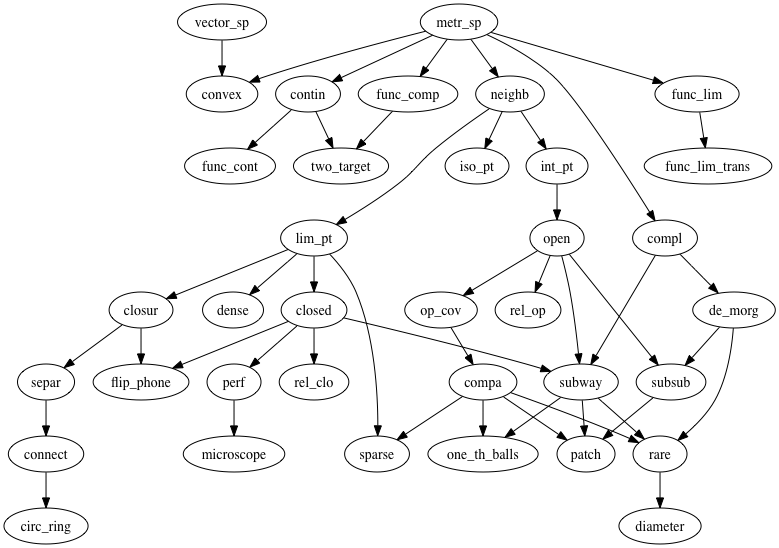
This is topology.png from naveenvpai/real_analysis, a Graphviz export, as it was before one commit. Its source is kept beside it as topology.gv.
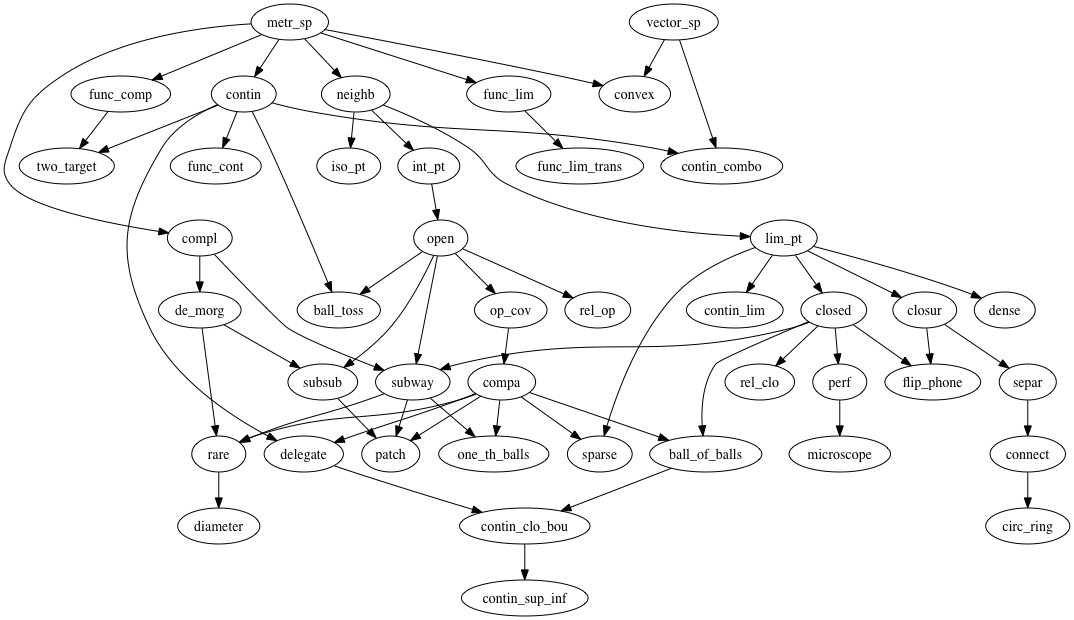
The same diagram one commit later.

Commit message:
Add continuous maps preserves proofs

Diff of the diagram source:
```diff
@@ -45,6 +45,18 @@
   metr_sp -> func_comp;
   contin -> two_target;
   func_comp -> two_target;
+  open -> ball_toss;
+  contin -> ball_toss;
+  lim_pt -> contin_lim;
+  contin -> contin_combo;
+  vector_sp -> contin_combo;
+  compa -> ball_of_balls;
+  closed -> ball_of_balls;
+  compa -> delegate;
+  contin -> delegate;
+  ball_of_balls -> contin_clo_bou;
+  delegate -> contin_clo_bou;
+  contin_clo_bou -> contin_sup_inf;
 }
 
 /*
@@ -59,4 +71,11 @@
  * microscope = Cantor 1/3 set is perfect
  * circ_ring = Characterization of Connected Sets
  * two_target = Composition of Partially Continuous Function is Partially Continuous
+ * ball_toss = Continuous iff preimage of open sets are open
+ * delegate = Continuous mpas preserve compactness
+ * contin_lim = Continuous maps preserve limits
+ * contin_combo = Combos of continuous maps are continuous
+ * ball_of_balls = Compact implies closed and bounded
+ * contin_clo_bou = Continuous func image of compact set is closed and bounded;
+ * contin_sup_inf = Continuous func achieves inf and sup on compact set
  * */
```
